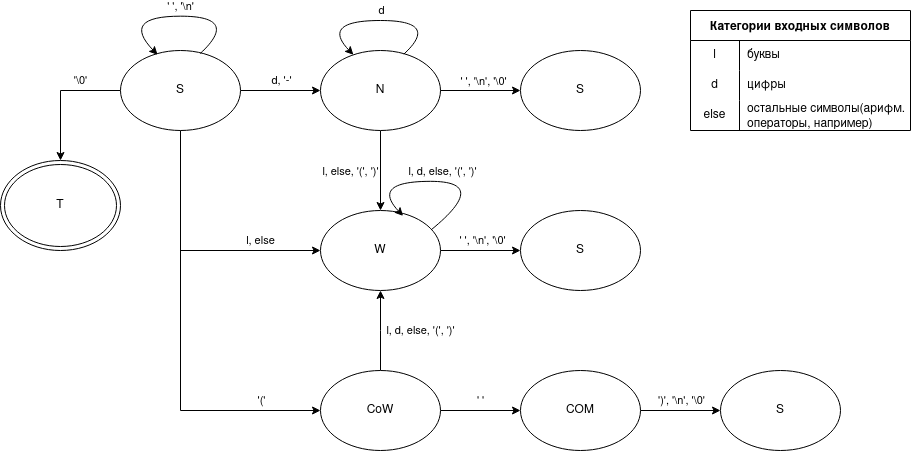
Before: Untitled Diagram.drawio.png, a diagram exported from draw.io (Alexey-Anpilov/forth_interpretator). Source tidied: cells renumbered, new cells last; positions are measured from the earlier drawing's top-left corner, leaving out a move shared by most shapes.
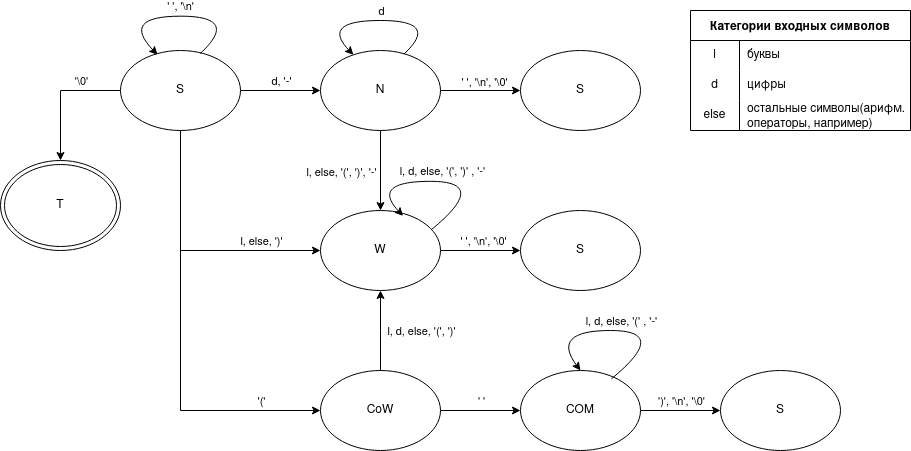
The same diagram one commit later.

The edit, as a diff of the source:
```diff
@@ -5,9 +5,9 @@
     <mxCell id="2" style="edgeStyle=orthogonalEdgeStyle;rounded=0;jettySize=auto;html=1;exitX=0.5;exitY=1;exitDx=0;exitDy=0;" parent="1" edge="1" source="4" target="19">
       <mxGeometry relative="1" as="geometry" />
     </mxCell>
-    <mxCell id="3" value="&lt;div&gt;l, else, '(', ')' &lt;br&gt;&lt;/div&gt;" style="edgeLabel;html=1;align=center;verticalAlign=middle;" parent="2" vertex="1">
+    <mxCell id="3" value="&lt;div&gt;l, else, '(', ')', '-' &lt;br&gt;&lt;/div&gt;" style="edgeLabel;html=1;align=center;verticalAlign=middle;" parent="2" vertex="1">
       <mxGeometry x="-0.24" y="-1" relative="1" as="geometry">
-        <mxPoint x="-29" y="10" as="offset" />
+        <mxPoint x="-39" y="10" as="offset" />
       </mxGeometry>
     </mxCell>
     <mxCell id="4" value="N" style="ellipse;whiteSpace=wrap;html=1;" parent="1" vertex="1">
@@ -24,7 +24,7 @@
     <mxCell id="7" style="edgeStyle=orthogonalEdgeStyle;rounded=0;jettySize=auto;html=1;exitX=0.5;exitY=1;exitDx=0;exitDy=0;entryX=0;entryY=0.5;entryDx=0;entryDy=0;" parent="1" edge="1" source="13" target="19">
       <mxGeometry relative="1" as="geometry" />
     </mxCell>
-    <mxCell id="8" value="l, else" style="edgeLabel;html=1;align=center;verticalAlign=middle;" parent="7" vertex="1">
+    <mxCell id="8" value="l, else, ')'" style="edgeLabel;html=1;align=center;verticalAlign=middle;" parent="7" vertex="1">
       <mxGeometry x="0.57" y="1" relative="1" as="geometry">
         <mxPoint x="-4" y="-9" as="offset" />
       </mxGeometry>
@@ -149,7 +149,7 @@
         </Array>
       </mxGeometry>
     </mxCell>
-    <mxCell id="35" value="&lt;div&gt;l, d, else, '(', ')' &lt;br&gt;&lt;/div&gt;" style="edgeLabel;html=1;align=center;verticalAlign=middle;" parent="34" vertex="1">
+    <mxCell id="35" value="&lt;div&gt;l, d, else, '(', ')' , '-'&lt;br&gt;&lt;/div&gt;" style="edgeLabel;html=1;align=center;verticalAlign=middle;" parent="34" vertex="1">
       <mxGeometry x="0.17" relative="1" as="geometry">
         <mxPoint x="18" y="-10" as="offset" />
       </mxGeometry>
@@ -187,5 +187,19 @@
     <mxCell id="46" value="остальные символы(арифм. операторы, например)" style="shape=partialRectangle;html=1;whiteSpace=wrap;fillColor=none;top=0;left=0;bottom=0;right=0;align=left;spacingLeft=6;overflow=hidden;" parent="44" vertex="1">
       <mxGeometry x="49" width="171" height="30" as="geometry" />
     </mxCell>
+    <mxCell id="47" style="curved=1;endArrow=classic;html=1;rounded=0;entryX=0.5;entryY=0;entryDx=0;entryDy=0;exitX=0.924;exitY=0.175;exitDx=0;exitDy=0;exitPerimeter=0;" parent="1" edge="1" target="28">
+      <mxGeometry relative="1" as="geometry">
+        <mxPoint x="610.9" y="368.3" as="sourcePoint" />
+        <Array as="points">
+          <mxPoint x="670" y="320" />
+          <mxPoint x="550" y="320" />
+        </Array>
+      </mxGeometry>
+    </mxCell>
+    <mxCell id="48" value="&lt;div&gt;l, d, else, '(' , '-'&lt;br&gt;&lt;/div&gt;" style="edgeLabel;html=1;align=center;verticalAlign=middle;" parent="47" vertex="1">
+      <mxGeometry x="0.17" relative="1" as="geometry">
+        <mxPoint x="18" y="-10" as="offset" />
+      </mxGeometry>
+    </mxCell>
   </root>
 </mxGraphModel>
```
